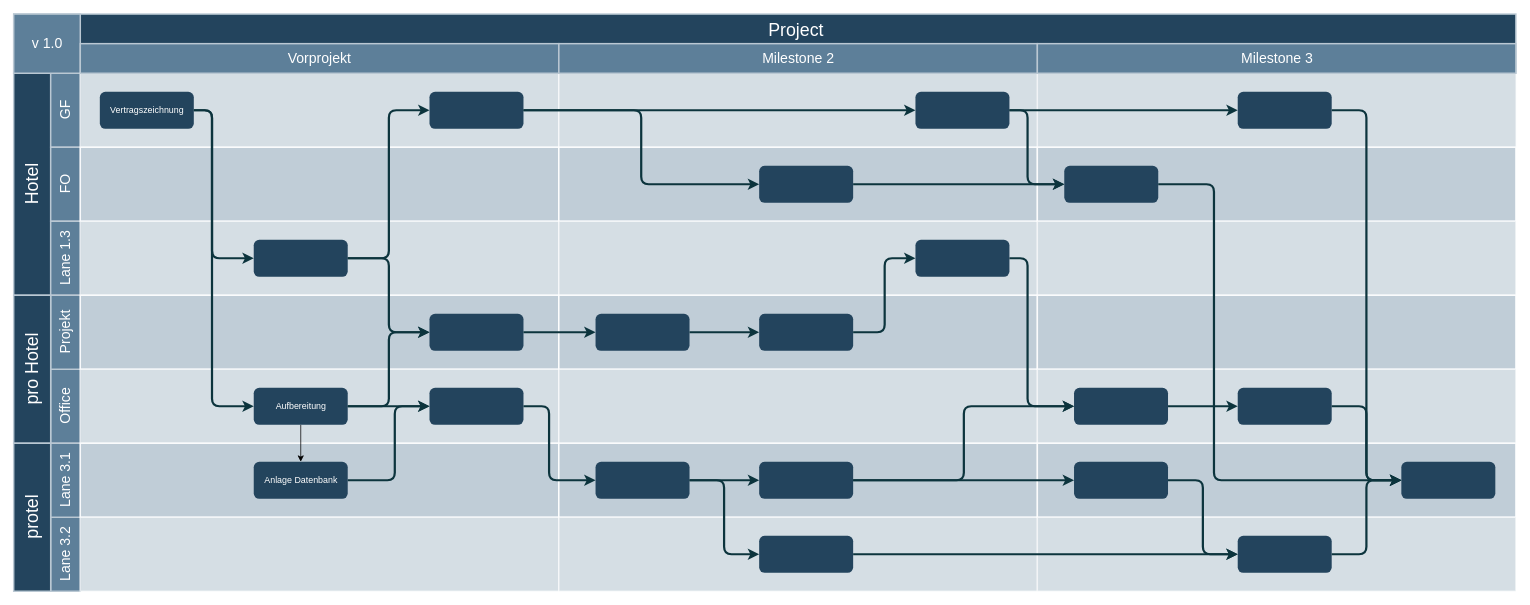
This is Idee Visualisierung Projektablauf.drawio from pro-banic/draw.io, a draw.io file, before an edit. Source tidied: cells renumbered, new cells numbered last; positions are measured from the earlier drawing's top-left corner, leaving out a move shared by most shapes. Both pictures are drawn from the tidied source at 74%, with x=0, y=0 at pixel (13, 13).
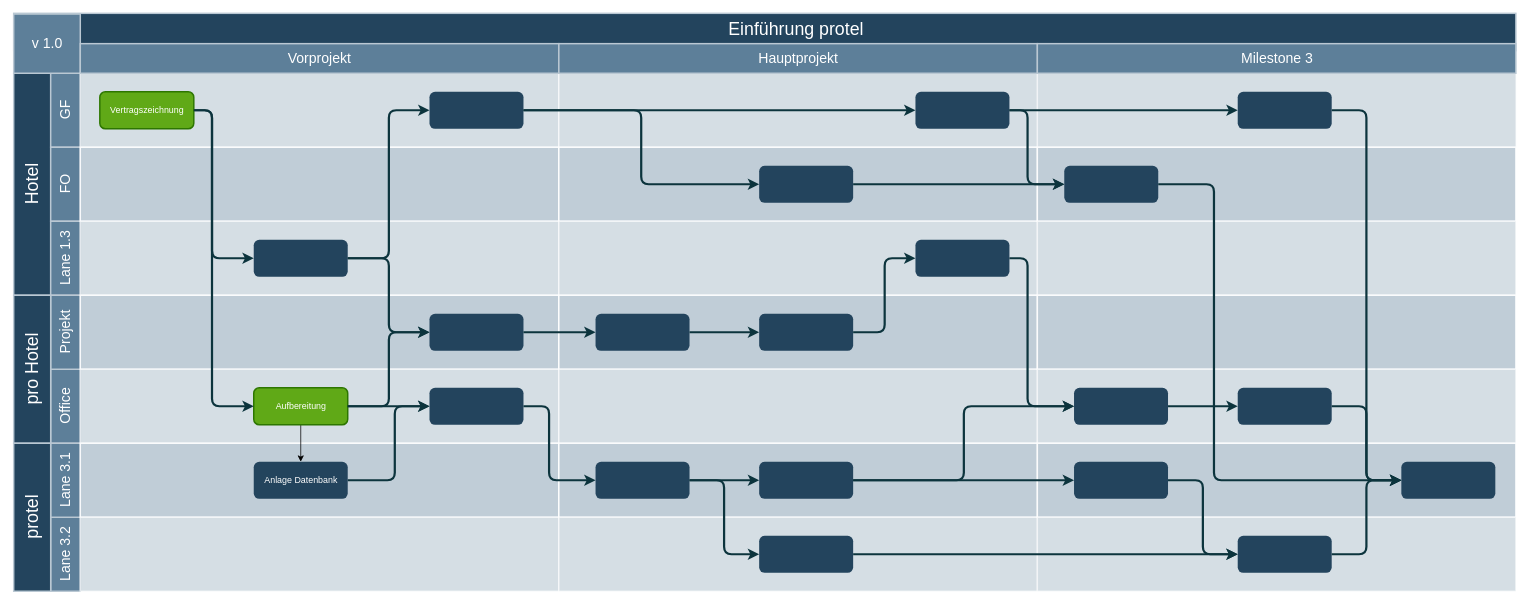
The same page after the edit.

Commit message:
Abteilungen angelegt

The change refers to these unchanged cells:
```xml
<mxCell id="86" style="group;" parent="1" vertex="1">
  <mxGeometry x="90" y="40.5" width="646.7" height="40" as="geometry" />
</mxCell>
```

The edit, as a diff of the source:
```diff
@@
-    <mxCell id="2" value="Project&#10;" style="strokeColor=#BAC8D3;fillColor=#23445D;fontSize=24;strokeWidth=2;fontFamily=Helvetica;html=1;fontColor=#FFFFFF;fontStyle=0;spacingBottom=8;spacingRight=0;spacingLeft=83;" parent="1" vertex="1">
-      <mxGeometry y="0.5" width="2030" height="80" as="geometry" />
+    <mxCell id="2" value="Einführung protel" style="strokeColor=#BAC8D3;fillColor=#23445D;fontSize=24;strokeWidth=2;fontFamily=Helvetica;html=1;fontColor=#FFFFFF;fontStyle=0;spacingBottom=8;spacingRight=0;spacingLeft=83;labelPosition=center;verticalLabelPosition=middle;align=center;verticalAlign=middle;" parent="1" vertex="1">
+      <mxGeometry y="-0.5" width="2030" height="50.5" as="geometry" />
     </mxCell>
@@
-    <mxCell id="36" value="Vertragszeichnung" style="rounded=1;fillColor=#23445D;strokeColor=none;strokeWidth=2;fontFamily=Helvetica;html=1;gradientColor=none;fontColor=#FFFFFF;" parent="1" vertex="1">
+    <mxCell id="36" value="Vertragszeichnung" style="rounded=1;fillColor=#60a917;strokeColor=#2D7600;strokeWidth=2;fontFamily=Helvetica;html=1;fontColor=#ffffff;" parent="1" vertex="1">
       <mxGeometry x="116.4" y="105.5" width="127" height="50" as="geometry" />
     </mxCell>
@@
-    <mxCell id="43" value="Aufbereitung" style="rounded=1;fillColor=#23445D;strokeColor=none;strokeWidth=2;fontFamily=Helvetica;html=1;gradientColor=none;fontColor=#FFFFFF;" parent="1" vertex="1">
+    <mxCell id="43" value="Aufbereitung" style="rounded=1;fillColor=#60a917;strokeColor=#2D7600;strokeWidth=2;fontFamily=Helvetica;html=1;fontColor=#ffffff;" parent="1" vertex="1">
       <mxGeometry x="324.4" y="505.5" width="127" height="50" as="geometry" />
     </mxCell>
@@
-    <mxCell id="88" value="Milestone 2" style="strokeColor=#BAC8D3;fillColor=#5d7f99;fontSize=19;strokeWidth=2;fontFamily=Helvetica;html=1;labelBackgroundColor=none;fontColor=#FFFFFF;" parent="86" vertex="1">
+    <mxCell id="88" value="Hauptprojekt" style="strokeColor=#BAC8D3;fillColor=#5d7f99;fontSize=19;strokeWidth=2;fontFamily=Helvetica;html=1;labelBackgroundColor=none;fontColor=#FFFFFF;" parent="86" vertex="1">
       <mxGeometry x="646.7" width="646.7" height="40" as="geometry" />
     </mxCell>
```
